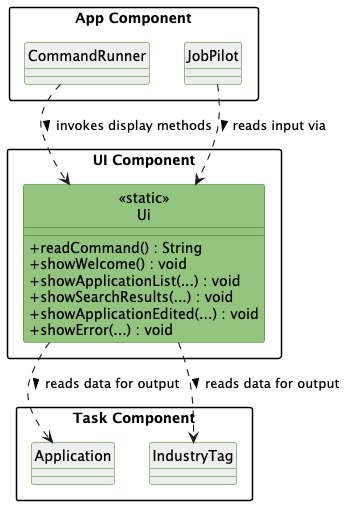
Above: docs/diagrams/component-ui/ui-class.png in AY2526S2-CS2113-W13-3/tp (PlantUML), before the change.
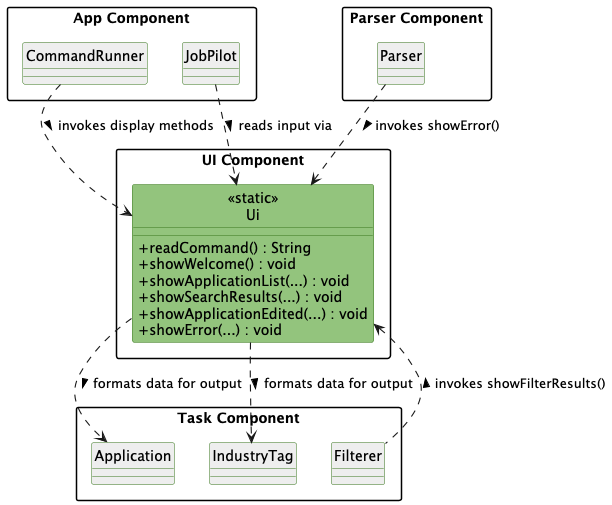
The same file after the commit.

Diff of the diagram source:
```diff
@@ -19,19 +19,27 @@
     }
 }
 
-package "App Component" as Logic #FFFFFF {
+package "App Component" as AppLogic #FFFFFF {
     class "CommandRunner" as CommandRunner #EEEEEE
     class "JobPilot" as JobPilot #EEEEEE
+}
+
+package "Parser Component" as ParserLogic #FFFFFF {
+    class "Parser" as Parser #EEEEEE
 }
 
 package "Task Component" as Model #FFFFFF {
     class "Application" as Application #EEEEEE
     class "IndustryTag" as IndustryTag #EEEEEE
+    class "Filterer" as Filterer #EEEEEE
 }
 
 JobPilot .down.> Ui : reads input via >
 CommandRunner .right.> Ui : invokes display methods >
-Ui .down.> Application : reads data for output >
-Ui .down.> IndustryTag : reads data for output >
+Parser .down.> Ui : invokes showError() >
+Filterer .up.> Ui : invokes showFilterResults() >
+
+Ui .down.> Application : formats data for output >
+Ui .down.> IndustryTag : formats data for output >
 
 @enduml
```
